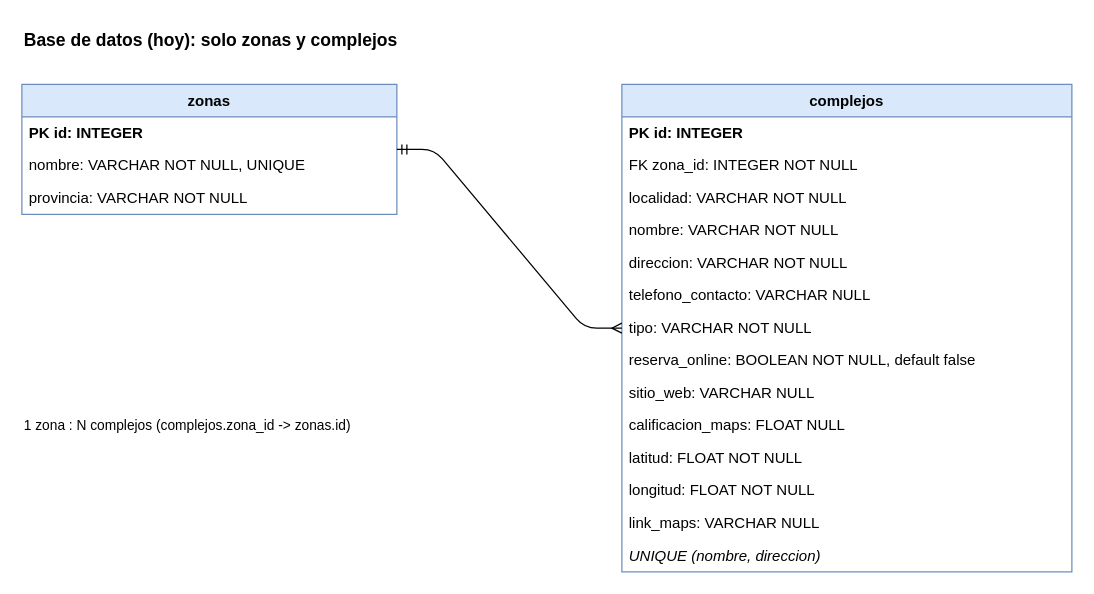
Above: docs/diagramas/base-de-datos.drawio in nvranco/fulvo (draw.io), before the change. Source tidied: cells renumbered, new cells numbered last; positions are measured from the earlier drawing's top-left corner, leaving out a move shared by most shapes. Both pictures are drawn from the tidied source at 125%, with x=0, y=0 at pixel (21, 21).
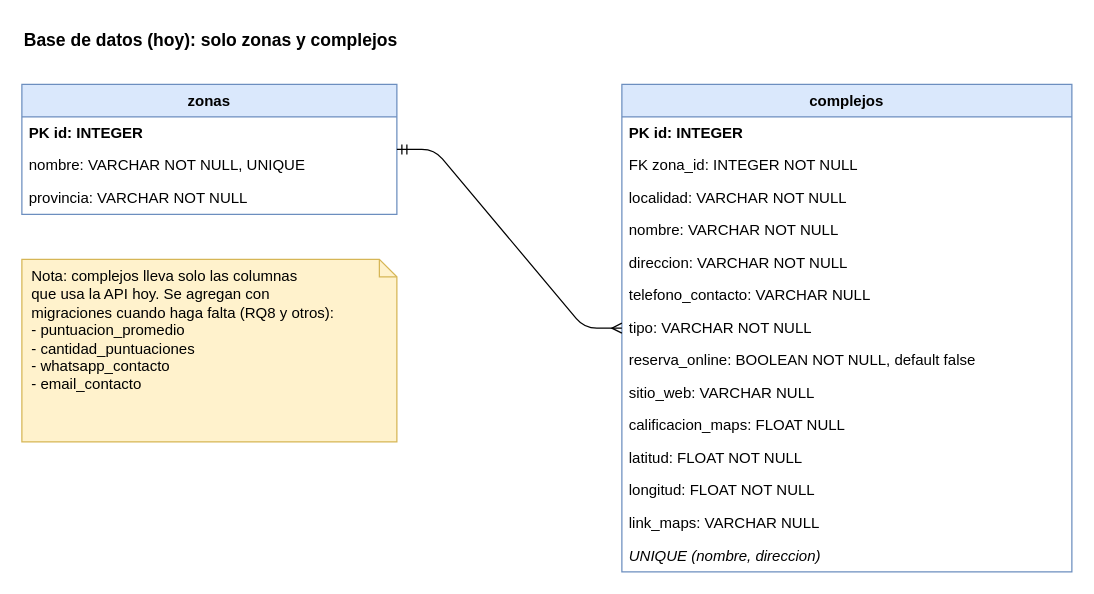
The same page after the edit.

Commit message (it also covers changes not shown here):
docs: agrego nota al diagrama de la base de datos sobre columnas pendientes

Aclara que complejos lleva solo las columnas que usa la API hoy y que
puntuación y contactos extra se suman con migraciones más adelante.

The edit, as a diff of the source:
```diff
@@
+    <mxCell id="24" value="Nota: complejos lleva solo las columnas&#10;que usa la API hoy. Se agregan con&#10;migraciones cuando haga falta (RQ8 y otros):&#10;- puntuacion_promedio&#10;- cantidad_puntuaciones&#10;- whatsapp_contacto&#10;- email_contacto" style="shape=note;whiteSpace=wrap;html=1;align=left;verticalAlign=top;spacingLeft=6;fillColor=#fff2cc;strokeColor=#d6b656;size=14;" parent="1" vertex="1">
+      <mxGeometry y="190" width="300" height="146" as="geometry" />
+    </mxCell>
```
